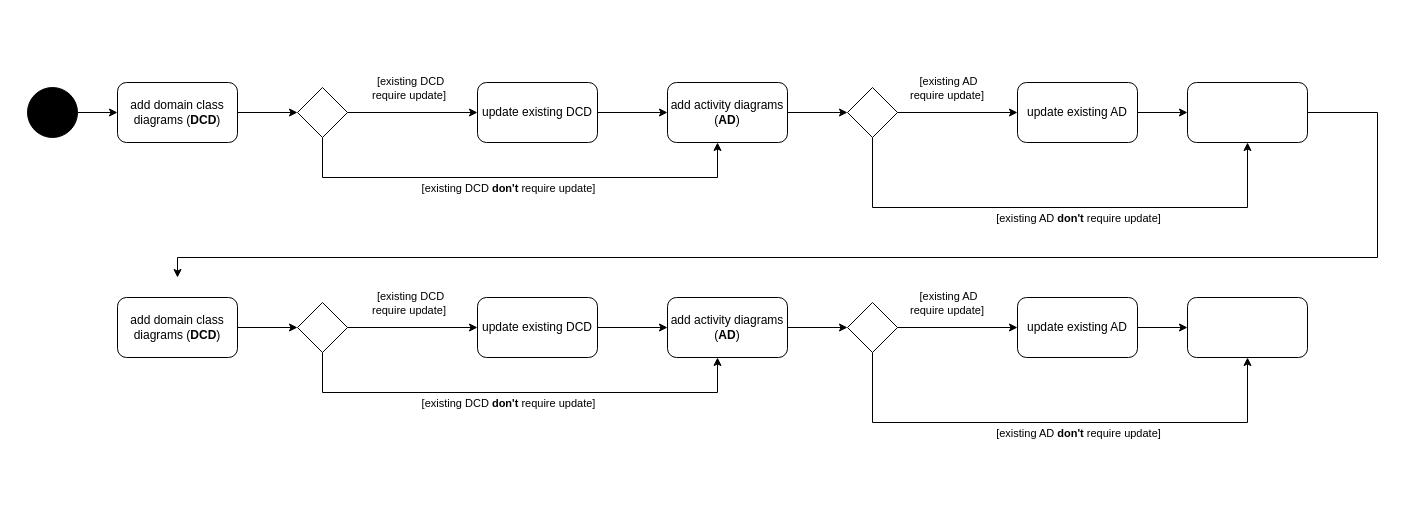
Earlier version of the draw.io diagram Unbenanntes Diagramm.drawio (Adrian-Hansen-dev/software-architecture). Source tidied: cells renumbered, new cells numbered last; positions are measured from the earlier drawing's top-left corner, leaving out a move shared by most shapes. Both pictures are drawn from the tidied source at 100%, with x=0, y=0 at pixel (27, 82).
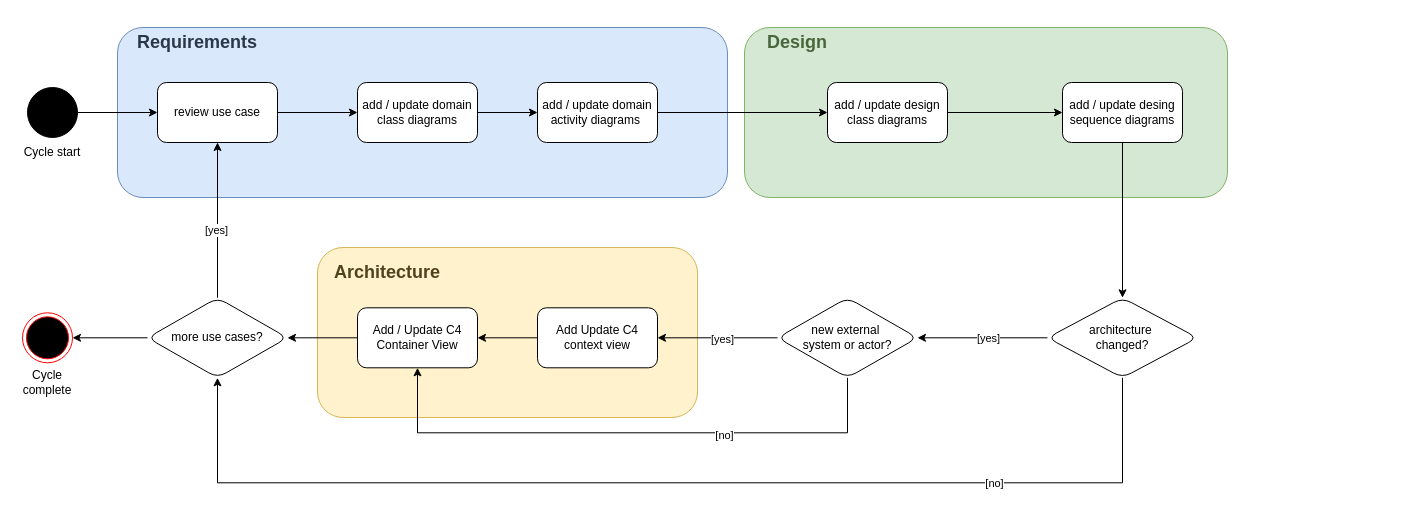
After the change.

Unchanged cells that the change refers to:
```xml
<mxCell id="3" style="ellipse;whiteSpace=wrap;html=1;fillColor=#000000;" parent="1" vertex="1">
  <mxGeometry y="5" width="50" height="50" as="geometry" />
</mxCell>
```

Diff of the diagram source:
```diff
@@
-    <mxCell id="2" style="edgeStyle=orthogonalEdgeStyle;rounded=0;jettySize=auto;html=1;entryX=0;entryY=0.5;entryDx=0;entryDy=0;" parent="1" edge="1" source="3" target="5">
-      <mxGeometry relative="1" as="geometry" />
-    </mxCell>
+    <mxCell id="43" style="rounded=1;whiteSpace=wrap;html=1;fillColor=#fff2cc;strokeColor=#d6b656;" parent="1" vertex="1">
+      <mxGeometry x="290" y="165" width="380" height="170" as="geometry" />
+    </mxCell>
+    <mxCell id="44" style="rounded=1;whiteSpace=wrap;html=1;fillColor=#d5e8d4;strokeColor=#82b366;" parent="1" vertex="1">
+      <mxGeometry x="717" y="-55" width="483" height="170" as="geometry" />
+    </mxCell>
+    <mxCell id="45" style="rounded=1;whiteSpace=wrap;html=1;fillColor=#dae8fc;strokeColor=#6c8ebf;" parent="1" vertex="1">
+      <mxGeometry x="90" y="-55" width="610" height="170" as="geometry" />
+    </mxCell>
+    <mxCell id="46" style="edgeStyle=orthogonalEdgeStyle;rounded=0;jettySize=auto;html=1;" parent="1" edge="1" source="3" target="51">
+      <mxGeometry relative="1" as="geometry" />
+    </mxCell>
@@
-    <mxCell id="4" style="edgeStyle=orthogonalEdgeStyle;rounded=0;jettySize=auto;html=1;entryX=0;entryY=0.5;entryDx=0;entryDy=0;" parent="1" edge="1" source="5" target="11">
-      <mxGeometry relative="1" as="geometry" />
-    </mxCell>
+    <mxCell id="47" style="edgeStyle=orthogonalEdgeStyle;rounded=0;jettySize=auto;html=1;" parent="1" edge="1" source="5" target="15">
+      <mxGeometry relative="1" as="geometry" />
+    </mxCell>
-    <mxCell id="5" value="add domain class diagrams (&lt;b&gt;DCD&lt;/b&gt;)" style="rounded=1;whiteSpace=wrap;html=1;" parent="1" vertex="1">
-      <mxGeometry x="90" width="120" height="60" as="geometry" />
+    <mxCell id="5" value="add / update domain class diagrams" style="rounded=1;whiteSpace=wrap;html=1;" parent="1" vertex="1">
+      <mxGeometry x="330" width="120" height="60" as="geometry" />
     </mxCell>
-    <mxCell id="6" style="edgeStyle=orthogonalEdgeStyle;rounded=0;jettySize=auto;html=1;" parent="1" edge="1" source="11" target="13">
-      <mxGeometry relative="1" as="geometry" />
-    </mxCell>
-    <mxCell id="7" value="[existing DCD&lt;div&gt;require update]&amp;nbsp;&lt;/div&gt;" style="edgeLabel;html=1;align=center;verticalAlign=middle;" parent="6" vertex="1">
-      <mxGeometry x="-0.1" y="-1" relative="1" as="geometry">
-        <mxPoint x="3" y="-26" as="offset" />
-      </mxGeometry>
-    </mxCell>
-    <mxCell id="8" style="edgeStyle=orthogonalEdgeStyle;rounded=0;jettySize=auto;html=1;exitX=0.5;exitY=1;exitDx=0;exitDy=0;" parent="1" edge="1" source="11" target="15">
-      <mxGeometry relative="1" as="geometry">
-        <Array as="points">
-          <mxPoint x="295" y="95" />
-          <mxPoint x="690" y="125" />
-        </Array>
-      </mxGeometry>
-    </mxCell>
-    <mxCell id="9" value="[existing DCD&amp;nbsp;&lt;b&gt;don't&lt;/b&gt;&amp;nbsp;&lt;span style=&quot;background-color: light-dark(#ffffff, var(--ge-dark-color, #121212)); color: light-dark(rgb(0, 0, 0), rgb(255, 255, 255));&quot;&gt;require update]&lt;/span&gt;" style="edgeLabel;html=1;align=center;verticalAlign=middle;" parent="8" vertex="1">
-      <mxGeometry x="-0.38" y="1" relative="1" as="geometry">
-        <mxPoint x="79" y="11" as="offset" />
-      </mxGeometry>
-    </mxCell>
-    <mxCell id="10" value="[existing AD&amp;nbsp;&lt;b&gt;don't&lt;/b&gt;&amp;nbsp;&lt;span style=&quot;background-color: light-dark(#ffffff, var(--ge-dark-color, #121212)); color: light-dark(rgb(0, 0, 0), rgb(255, 255, 255));&quot;&gt;require update]&lt;/span&gt;" style="edgeLabel;html=1;align=center;verticalAlign=middle;" parent="8" vertex="1">
-      <mxGeometry x="-0.38" y="1" relative="1" as="geometry">
-        <mxPoint x="649" y="41" as="offset" />
-      </mxGeometry>
-    </mxCell>
-    <mxCell id="11" style="rhombus;whiteSpace=wrap;html=1;" parent="1" vertex="1">
-      <mxGeometry x="270" y="5" width="50" height="50" as="geometry" />
-    </mxCell>
-    <mxCell id="12" style="edgeStyle=orthogonalEdgeStyle;rounded=0;jettySize=auto;html=1;" parent="1" edge="1" source="13" target="15">
-      <mxGeometry relative="1" as="geometry" />
-    </mxCell>
-    <mxCell id="13" value="update existing DCD" style="rounded=1;whiteSpace=wrap;html=1;" parent="1" vertex="1">
-      <mxGeometry x="450" width="120" height="60" as="geometry" />
-    </mxCell>
-    <mxCell id="14" style="edgeStyle=orthogonalEdgeStyle;rounded=0;jettySize=auto;html=1;" parent="1" edge="1" source="15" target="18">
-      <mxGeometry relative="1" as="geometry" />
-    </mxCell>
+    <mxCell id="48" style="edgeStyle=orthogonalEdgeStyle;rounded=0;jettySize=auto;html=1;" parent="1" edge="1" source="15" target="53">
+      <mxGeometry relative="1" as="geometry" />
+    </mxCell>
-    <mxCell id="15" value="add activity diagrams (&lt;b&gt;AD&lt;/b&gt;)" style="rounded=1;whiteSpace=wrap;html=1;" parent="1" vertex="1">
-      <mxGeometry x="640" width="120" height="60" as="geometry" />
+    <mxCell id="15" value="add / update domain activity diagrams&amp;nbsp;" style="rounded=1;whiteSpace=wrap;html=1;" parent="1" vertex="1">
+      <mxGeometry x="510" width="120" height="60" as="geometry" />
     </mxCell>
-    <mxCell id="16" style="edgeStyle=orthogonalEdgeStyle;rounded=0;jettySize=auto;html=1;" parent="1" edge="1" source="18" target="20">
-      <mxGeometry relative="1" as="geometry" />
-    </mxCell>
-    <mxCell id="17" style="edgeStyle=orthogonalEdgeStyle;rounded=0;jettySize=auto;html=1;entryX=0.5;entryY=1;entryDx=0;entryDy=0;" parent="1" edge="1" source="18" target="22">
-      <mxGeometry relative="1" as="geometry">
-        <Array as="points">
-          <mxPoint x="845" y="125" />
-          <mxPoint x="1220" y="125" />
-        </Array>
-      </mxGeometry>
-    </mxCell>
-    <mxCell id="18" style="rhombus;whiteSpace=wrap;html=1;" parent="1" vertex="1">
-      <mxGeometry x="820" y="5" width="50" height="50" as="geometry" />
-    </mxCell>
-    <mxCell id="19" style="edgeStyle=orthogonalEdgeStyle;rounded=0;jettySize=auto;html=1;" parent="1" edge="1" source="20" target="22">
-      <mxGeometry relative="1" as="geometry" />
-    </mxCell>
-    <mxCell id="20" value="update existing AD" style="rounded=1;whiteSpace=wrap;html=1;" parent="1" vertex="1">
-      <mxGeometry x="990" width="120" height="60" as="geometry" />
-    </mxCell>
-    <mxCell id="21" style="edgeStyle=orthogonalEdgeStyle;rounded=0;jettySize=auto;html=1;exitX=1;exitY=0.5;exitDx=0;exitDy=0;" parent="1" edge="1" source="22">
-      <mxGeometry relative="1" as="geometry">
-        <mxPoint x="150" y="195" as="targetPoint" />
-        <Array as="points">
-          <mxPoint x="1350" y="30" />
-          <mxPoint x="1350" y="175" />
-          <mxPoint x="150" y="175" />
-        </Array>
-      </mxGeometry>
-    </mxCell>
-    <mxCell id="22" style="rounded=1;whiteSpace=wrap;html=1;" parent="1" vertex="1">
-      <mxGeometry x="1160" width="120" height="60" as="geometry" />
-    </mxCell>
-    <mxCell id="23" value="[existing AD&lt;div&gt;require update]&amp;nbsp;&lt;/div&gt;" style="edgeLabel;html=1;align=center;verticalAlign=middle;" parent="1" vertex="1">
-      <mxGeometry x="920" y="5" as="geometry" />
-    </mxCell>
-    <mxCell id="24" style="edgeStyle=orthogonalEdgeStyle;rounded=0;jettySize=auto;html=1;entryX=0;entryY=0.5;entryDx=0;entryDy=0;" parent="1" edge="1" source="25" target="31">
-      <mxGeometry relative="1" as="geometry" />
-    </mxCell>
-    <mxCell id="25" value="add domain class diagrams (&lt;b&gt;DCD&lt;/b&gt;)" style="rounded=1;whiteSpace=wrap;html=1;" parent="1" vertex="1">
-      <mxGeometry x="90" y="215" width="120" height="60" as="geometry" />
-    </mxCell>
-    <mxCell id="26" style="edgeStyle=orthogonalEdgeStyle;rounded=0;jettySize=auto;html=1;" parent="1" edge="1" source="31" target="33">
-      <mxGeometry relative="1" as="geometry" />
-    </mxCell>
-    <mxCell id="27" value="[existing DCD&lt;div&gt;require update]&amp;nbsp;&lt;/div&gt;" style="edgeLabel;html=1;align=center;verticalAlign=middle;" parent="26" vertex="1">
-      <mxGeometry x="-0.1" y="-1" relative="1" as="geometry">
-        <mxPoint x="3" y="-26" as="offset" />
-      </mxGeometry>
-    </mxCell>
-    <mxCell id="28" style="edgeStyle=orthogonalEdgeStyle;rounded=0;jettySize=auto;html=1;exitX=0.5;exitY=1;exitDx=0;exitDy=0;" parent="1" edge="1" source="31" target="35">
-      <mxGeometry relative="1" as="geometry">
-        <Array as="points">
-          <mxPoint x="295" y="310" />
-          <mxPoint x="690" y="340" />
-        </Array>
-      </mxGeometry>
-    </mxCell>
-    <mxCell id="29" value="[existing DCD&amp;nbsp;&lt;b&gt;don't&lt;/b&gt;&amp;nbsp;&lt;span style=&quot;background-color: light-dark(#ffffff, var(--ge-dark-color, #121212)); color: light-dark(rgb(0, 0, 0), rgb(255, 255, 255));&quot;&gt;require update]&lt;/span&gt;" style="edgeLabel;html=1;align=center;verticalAlign=middle;" parent="28" vertex="1">
-      <mxGeometry x="-0.38" y="1" relative="1" as="geometry">
-        <mxPoint x="79" y="11" as="offset" />
-      </mxGeometry>
-    </mxCell>
-    <mxCell id="30" value="[existing AD&amp;nbsp;&lt;b&gt;don't&lt;/b&gt;&amp;nbsp;&lt;span style=&quot;background-color: light-dark(#ffffff, var(--ge-dark-color, #121212)); color: light-dark(rgb(0, 0, 0), rgb(255, 255, 255));&quot;&gt;require update]&lt;/span&gt;" style="edgeLabel;html=1;align=center;verticalAlign=middle;" parent="28" vertex="1">
-      <mxGeometry x="-0.38" y="1" relative="1" as="geometry">
-        <mxPoint x="649" y="41" as="offset" />
-      </mxGeometry>
-    </mxCell>
-    <mxCell id="31" style="rhombus;whiteSpace=wrap;html=1;" parent="1" vertex="1">
-      <mxGeometry x="270" y="220" width="50" height="50" as="geometry" />
-    </mxCell>
-    <mxCell id="32" style="edgeStyle=orthogonalEdgeStyle;rounded=0;jettySize=auto;html=1;" parent="1" edge="1" source="33" target="35">
-      <mxGeometry relative="1" as="geometry" />
-    </mxCell>
-    <mxCell id="33" value="update existing DCD" style="rounded=1;whiteSpace=wrap;html=1;" parent="1" vertex="1">
-      <mxGeometry x="450" y="215" width="120" height="60" as="geometry" />
-    </mxCell>
-    <mxCell id="34" style="edgeStyle=orthogonalEdgeStyle;rounded=0;jettySize=auto;html=1;" parent="1" edge="1" source="35" target="38">
-      <mxGeometry relative="1" as="geometry" />
-    </mxCell>
-    <mxCell id="35" value="add activity diagrams (&lt;b&gt;AD&lt;/b&gt;)" style="rounded=1;whiteSpace=wrap;html=1;" parent="1" vertex="1">
-      <mxGeometry x="640" y="215" width="120" height="60" as="geometry" />
-    </mxCell>
-    <mxCell id="36" style="edgeStyle=orthogonalEdgeStyle;rounded=0;jettySize=auto;html=1;" parent="1" edge="1" source="38" target="40">
-      <mxGeometry relative="1" as="geometry" />
-    </mxCell>
-    <mxCell id="37" style="edgeStyle=orthogonalEdgeStyle;rounded=0;jettySize=auto;html=1;entryX=0.5;entryY=1;entryDx=0;entryDy=0;" parent="1" edge="1" source="38" target="41">
-      <mxGeometry relative="1" as="geometry">
-        <Array as="points">
-          <mxPoint x="845" y="340" />
-          <mxPoint x="1220" y="340" />
-        </Array>
-      </mxGeometry>
-    </mxCell>
-    <mxCell id="38" style="rhombus;whiteSpace=wrap;html=1;" parent="1" vertex="1">
-      <mxGeometry x="820" y="220" width="50" height="50" as="geometry" />
-    </mxCell>
-    <mxCell id="39" style="edgeStyle=orthogonalEdgeStyle;rounded=0;jettySize=auto;html=1;" parent="1" edge="1" source="40" target="41">
-      <mxGeometry relative="1" as="geometry" />
-    </mxCell>
-    <mxCell id="40" value="update existing AD" style="rounded=1;whiteSpace=wrap;html=1;" parent="1" vertex="1">
-      <mxGeometry x="990" y="215" width="120" height="60" as="geometry" />
-    </mxCell>
-    <mxCell id="41" style="rounded=1;whiteSpace=wrap;html=1;" parent="1" vertex="1">
-      <mxGeometry x="1160" y="215" width="120" height="60" as="geometry" />
-    </mxCell>
-    <mxCell id="42" value="[existing AD&lt;div&gt;require update]&amp;nbsp;&lt;/div&gt;" style="edgeLabel;html=1;align=center;verticalAlign=middle;" parent="1" vertex="1">
-      <mxGeometry x="920" y="220" as="geometry" />
-    </mxCell>
+    <mxCell id="49" value="Cycle start" style="text;html=1;whiteSpace=wrap;strokeColor=none;fillColor=none;align=center;verticalAlign=middle;rounded=0;" parent="1" vertex="1">
+      <mxGeometry x="-5" y="55" width="60" height="30" as="geometry" />
+    </mxCell>
+    <mxCell id="50" style="edgeStyle=orthogonalEdgeStyle;rounded=0;jettySize=auto;html=1;" parent="1" edge="1" source="51" target="5">
+      <mxGeometry relative="1" as="geometry" />
+    </mxCell>
+    <mxCell id="51" value="review use case" style="rounded=1;whiteSpace=wrap;html=1;fillColor=#FFFFFF;" parent="1" vertex="1">
+      <mxGeometry x="130" width="120" height="60" as="geometry" />
+    </mxCell>
+    <mxCell id="52" style="edgeStyle=orthogonalEdgeStyle;rounded=0;jettySize=auto;html=1;" parent="1" edge="1" source="53" target="55">
+      <mxGeometry relative="1" as="geometry" />
+    </mxCell>
+    <mxCell id="53" value="add / update design class diagrams" style="whiteSpace=wrap;html=1;rounded=1;" parent="1" vertex="1">
+      <mxGeometry x="800" width="120" height="60" as="geometry" />
+    </mxCell>
+    <mxCell id="54" style="edgeStyle=orthogonalEdgeStyle;rounded=0;jettySize=auto;html=1;" parent="1" edge="1" source="55" target="60">
+      <mxGeometry relative="1" as="geometry" />
+    </mxCell>
+    <mxCell id="55" value="add / update desing sequence diagrams" style="whiteSpace=wrap;html=1;rounded=1;" parent="1" vertex="1">
+      <mxGeometry x="1035" width="120" height="60" as="geometry" />
+    </mxCell>
+    <mxCell id="56" style="edgeStyle=orthogonalEdgeStyle;rounded=0;jettySize=auto;html=1;" parent="1" edge="1" source="60">
+      <mxGeometry relative="1" as="geometry">
+        <mxPoint x="890" y="255.3" as="targetPoint" />
+      </mxGeometry>
+    </mxCell>
+    <mxCell id="57" value="[yes]" style="edgeLabel;html=1;align=center;verticalAlign=middle;" parent="56" vertex="1">
+      <mxGeometry x="-0.08" y="4" relative="1" as="geometry">
+        <mxPoint y="-4" as="offset" />
+      </mxGeometry>
+    </mxCell>
+    <mxCell id="58" style="edgeStyle=orthogonalEdgeStyle;rounded=0;jettySize=auto;html=1;entryX=0.5;entryY=1;entryDx=0;entryDy=0;" parent="1" edge="1" source="60" target="73">
+      <mxGeometry relative="1" as="geometry">
+        <Array as="points">
+          <mxPoint x="1095" y="400.3" />
+          <mxPoint x="190" y="400.3" />
+        </Array>
+      </mxGeometry>
+    </mxCell>
+    <mxCell id="59" value="[no]" style="edgeLabel;html=1;align=center;verticalAlign=middle;" parent="58" vertex="1">
+      <mxGeometry x="-0.58" relative="1" as="geometry" />
+    </mxCell>
+    <mxCell id="60" value="architecture&amp;nbsp;&lt;div&gt;changed?&lt;/div&gt;" style="rhombus;whiteSpace=wrap;html=1;rounded=1;" parent="1" vertex="1">
+      <mxGeometry x="1020" y="215.3" width="150" height="80" as="geometry" />
+    </mxCell>
+    <mxCell id="61" style="edgeStyle=orthogonalEdgeStyle;rounded=0;jettySize=auto;html=1;" parent="1" edge="1" source="65" target="67">
+      <mxGeometry relative="1" as="geometry" />
+    </mxCell>
+    <mxCell id="62" value="[yes]" style="edgeLabel;html=1;align=center;verticalAlign=middle;" parent="61" vertex="1">
+      <mxGeometry x="-0.06" y="1" relative="1" as="geometry" />
+    </mxCell>
+    <mxCell id="63" style="edgeStyle=orthogonalEdgeStyle;rounded=0;jettySize=auto;html=1;entryX=0.5;entryY=1;entryDx=0;entryDy=0;" parent="1" edge="1" source="65" target="69">
+      <mxGeometry relative="1" as="geometry">
+        <Array as="points">
+          <mxPoint x="820" y="350.3" />
+          <mxPoint x="390" y="350.3" />
+        </Array>
+      </mxGeometry>
+    </mxCell>
+    <mxCell id="64" value="[no]" style="edgeLabel;html=1;align=center;verticalAlign=middle;" parent="63" vertex="1">
+      <mxGeometry x="-0.35" y="2" relative="1" as="geometry" />
+    </mxCell>
+    <mxCell id="65" value="new external&amp;nbsp;&lt;div&gt;system or actor?&lt;/div&gt;" style="rhombus;whiteSpace=wrap;html=1;rounded=1;" parent="1" vertex="1">
+      <mxGeometry x="750" y="215.3" width="140" height="80" as="geometry" />
+    </mxCell>
+    <mxCell id="66" style="edgeStyle=orthogonalEdgeStyle;rounded=0;jettySize=auto;html=1;" parent="1" edge="1" source="67" target="69">
+      <mxGeometry relative="1" as="geometry" />
+    </mxCell>
+    <mxCell id="67" value="Add Update C4 context view" style="whiteSpace=wrap;html=1;rounded=1;" parent="1" vertex="1">
+      <mxGeometry x="510" y="225.3" width="120" height="60" as="geometry" />
+    </mxCell>
+    <mxCell id="68" style="edgeStyle=orthogonalEdgeStyle;rounded=0;jettySize=auto;html=1;" parent="1" edge="1" source="69" target="73">
+      <mxGeometry relative="1" as="geometry" />
+    </mxCell>
+    <mxCell id="69" value="Add / Update C4 Container View" style="whiteSpace=wrap;html=1;rounded=1;" parent="1" vertex="1">
+      <mxGeometry x="330" y="225.3" width="120" height="60" as="geometry" />
+    </mxCell>
+    <mxCell id="70" style="edgeStyle=orthogonalEdgeStyle;rounded=0;jettySize=auto;html=1;" parent="1" edge="1" source="73" target="51">
+      <mxGeometry relative="1" as="geometry" />
+    </mxCell>
+    <mxCell id="71" value="[yes]" style="edgeLabel;html=1;align=center;verticalAlign=middle;" parent="70" vertex="1">
+      <mxGeometry x="-0.14" y="2" relative="1" as="geometry">
+        <mxPoint y="-1" as="offset" />
+      </mxGeometry>
+    </mxCell>
+    <mxCell id="72" style="edgeStyle=orthogonalEdgeStyle;rounded=0;jettySize=auto;html=1;" parent="1" edge="1" source="73" target="74">
+      <mxGeometry relative="1" as="geometry" />
+    </mxCell>
+    <mxCell id="73" value="more use cases?" style="rhombus;whiteSpace=wrap;html=1;rounded=1;" parent="1" vertex="1">
+      <mxGeometry x="120" y="215.3" width="140" height="80" as="geometry" />
+    </mxCell>
+    <mxCell id="74" style="ellipse;html=1;shape=endState;fillColor=#000000;strokeColor=#ff0000;" parent="1" vertex="1">
+      <mxGeometry x="-5" y="230.3" width="50" height="50" as="geometry" />
+    </mxCell>
+    <mxCell id="75" value="Cycle complete" style="text;html=1;whiteSpace=wrap;strokeColor=none;fillColor=none;align=center;verticalAlign=middle;rounded=0;" parent="1" vertex="1">
+      <mxGeometry x="-10" y="285.3" width="60" height="30" as="geometry" />
+    </mxCell>
+    <mxCell id="76" value="&lt;h2&gt;&lt;font style=&quot;color: rgb(42, 55, 75);&quot;&gt;&lt;b&gt;Requirements&lt;/b&gt;&lt;/font&gt;&lt;/h2&gt;" style="text;html=1;whiteSpace=wrap;strokeColor=none;fillColor=none;align=center;verticalAlign=middle;rounded=0;" parent="1" vertex="1">
+      <mxGeometry x="140" y="-55" width="60" height="30" as="geometry" />
+    </mxCell>
+    <mxCell id="77" value="&lt;h2&gt;&lt;font style=&quot;color: rgb(73, 101, 58);&quot;&gt;&lt;b style=&quot;&quot;&gt;Design&lt;/b&gt;&lt;/font&gt;&lt;/h2&gt;" style="text;html=1;whiteSpace=wrap;strokeColor=none;fillColor=none;align=center;verticalAlign=middle;rounded=0;" parent="1" vertex="1">
+      <mxGeometry x="740" y="-55" width="60" height="30" as="geometry" />
+    </mxCell>
+    <mxCell id="78" value="&lt;h2&gt;&lt;font color=&quot;#4e431f&quot;&gt;Architecture&lt;/font&gt;&lt;/h2&gt;" style="text;html=1;whiteSpace=wrap;strokeColor=none;fillColor=none;align=center;verticalAlign=middle;rounded=0;" parent="1" vertex="1">
+      <mxGeometry x="330" y="175" width="60" height="30" as="geometry" />
+    </mxCell>
```
